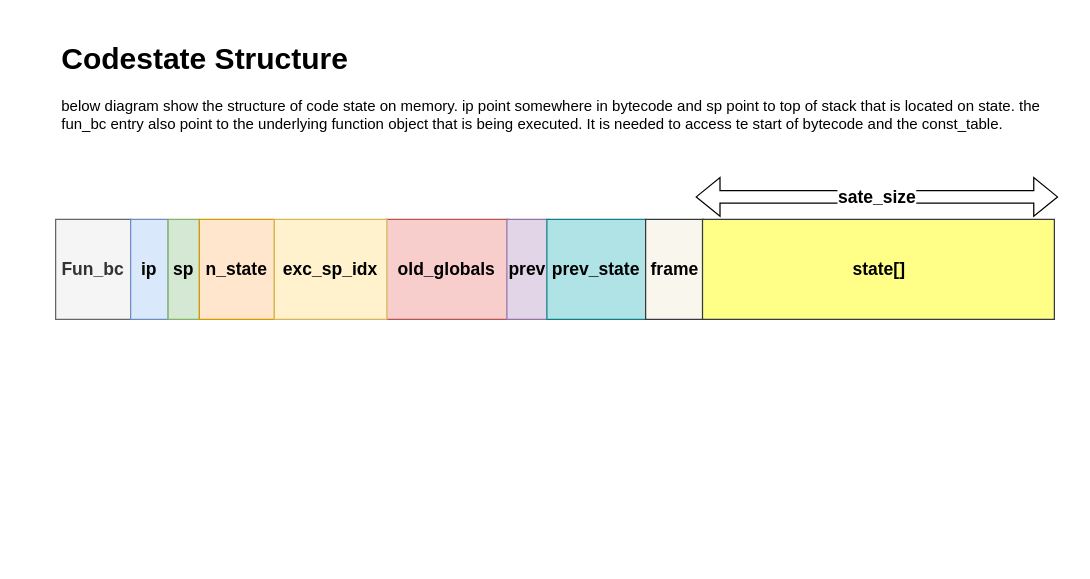
Above: uPyIWM/diagrams/code_state_structure_layout.drawio in over-infinity/-Tutorials (draw.io), before the change. Source tidied: cells renumbered, new cells numbered last; positions are measured from the earlier drawing's top-left corner, leaving out a move shared by most shapes. Both pictures are drawn from the tidied source at 125%, with x=0, y=0 at pixel (55, 34).
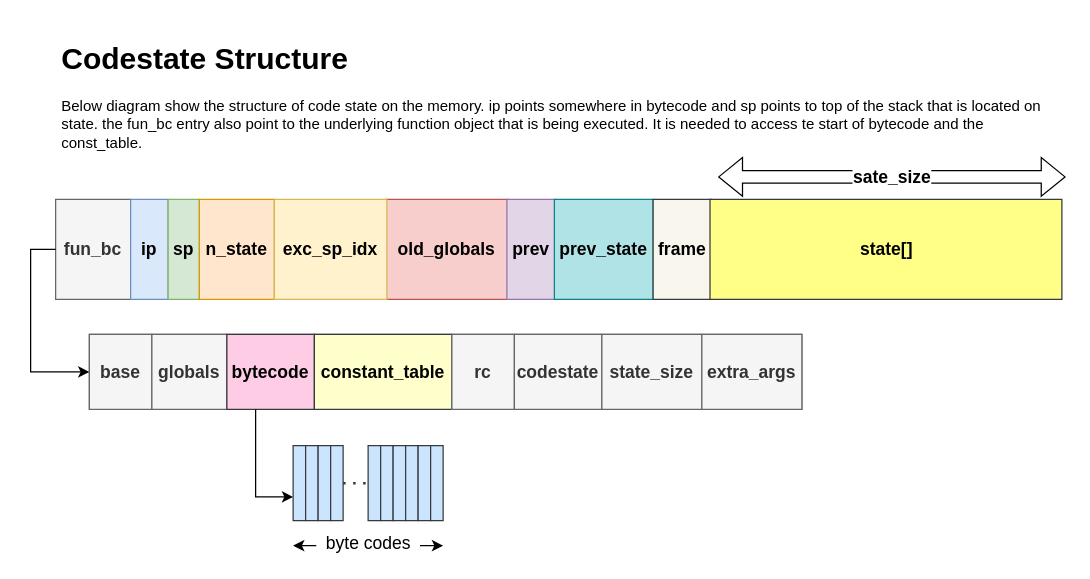
After the change.

Change to the diagram source:
```diff
@@
+    <mxCell id="13" value="&lt;h1&gt;Codestate Structure&lt;br&gt;&lt;/h1&gt;Below diagram show the structure of code state on the memory. ip points somewhere in bytecode and sp points to top of the stack that is located on state. the fun_bc entry also point to the underlying function object that is being executed. It is needed to access te start of bytecode and the const_table." style="text;html=1;strokeColor=none;fillColor=none;spacing=5;spacingTop=-20;whiteSpace=wrap;overflow=hidden;rounded=0;" parent="1" vertex="1">
+      <mxGeometry width="810" height="100" as="geometry" />
+    </mxCell>
+    <mxCell id="14" style="group;" parent="1" vertex="1">
+      <mxGeometry y="114" width="808" height="98" as="geometry" />
+    </mxCell>
-    <mxCell id="2" value="Fun_bc" style="rounded=0;whiteSpace=wrap;html=1;fontStyle=1;horizontal=1;verticalAlign=middle;fontSize=14;fillColor=#f5f5f5;fontColor=#333333;strokeColor=#666666;" parent="1" vertex="1">
-      <mxGeometry y="148" width="60" height="80" as="geometry" />
+    <mxCell id="2" value="fun_bc" style="rounded=0;whiteSpace=wrap;html=1;fontStyle=1;horizontal=1;verticalAlign=middle;fontSize=14;fillColor=#f5f5f5;fontColor=#333333;strokeColor=#666666;" parent="14" vertex="1">
+      <mxGeometry y="18" width="60" height="80" as="geometry" />
     </mxCell>
-    <mxCell id="3" value="ip" style="rounded=0;whiteSpace=wrap;html=1;fontStyle=1;horizontal=1;fontSize=14;fillColor=#dae8fc;strokeColor=#6c8ebf;" parent="1" vertex="1">
-      <mxGeometry x="60" y="148" width="30" height="80" as="geometry" />
+    <mxCell id="3" value="ip" style="rounded=0;whiteSpace=wrap;html=1;fontStyle=1;horizontal=1;fontSize=14;fillColor=#dae8fc;strokeColor=#6c8ebf;" parent="14" vertex="1">
+      <mxGeometry x="60" y="18" width="30" height="80" as="geometry" />
     </mxCell>
-    <mxCell id="4" value="sp" style="rounded=0;whiteSpace=wrap;html=1;fontStyle=1;horizontal=1;fontSize=14;fillColor=#d5e8d4;strokeColor=#82b366;" parent="1" vertex="1">
-      <mxGeometry x="90" y="148" width="25" height="80" as="geometry" />
+    <mxCell id="4" value="sp" style="rounded=0;whiteSpace=wrap;html=1;fontStyle=1;horizontal=1;fontSize=14;fillColor=#d5e8d4;strokeColor=#82b366;" parent="14" vertex="1">
+      <mxGeometry x="90" y="18" width="25" height="80" as="geometry" />
     </mxCell>
-    <mxCell id="5" value="n_state" style="rounded=0;whiteSpace=wrap;html=1;fontStyle=1;horizontal=1;fontSize=14;fillColor=#ffe6cc;strokeColor=#d79b00;" parent="1" vertex="1">
-      <mxGeometry x="115" y="148" width="60" height="80" as="geometry" />
+    <mxCell id="5" value="n_state" style="rounded=0;whiteSpace=wrap;html=1;fontStyle=1;horizontal=1;fontSize=14;fillColor=#ffe6cc;strokeColor=#d79b00;" parent="14" vertex="1">
+      <mxGeometry x="115" y="18" width="60" height="80" as="geometry" />
     </mxCell>
-    <mxCell id="6" value="&lt;div style=&quot;font-size: 14px;&quot;&gt;old_globals&lt;/div&gt;" style="rounded=0;whiteSpace=wrap;html=1;fontStyle=1;horizontal=1;fontSize=14;fillColor=#f8cecc;strokeColor=#b85450;" parent="1" vertex="1">
-      <mxGeometry x="264" y="148" width="98" height="80" as="geometry" />
+    <mxCell id="6" value="&lt;div style=&quot;font-size: 14px;&quot;&gt;old_globals&lt;/div&gt;" style="rounded=0;whiteSpace=wrap;html=1;fontStyle=1;horizontal=1;fontSize=14;fillColor=#f8cecc;strokeColor=#b85450;" parent="14" vertex="1">
+      <mxGeometry x="264" y="18" width="98" height="80" as="geometry" />
     </mxCell>
-    <mxCell id="7" value="exc_sp_idx" style="rounded=0;whiteSpace=wrap;html=1;fontStyle=1;horizontal=1;fontSize=14;fillColor=#fff2cc;strokeColor=#d6b656;" parent="1" vertex="1">
-      <mxGeometry x="175" y="148" width="90" height="80" as="geometry" />
+    <mxCell id="7" value="exc_sp_idx" style="rounded=0;whiteSpace=wrap;html=1;fontStyle=1;horizontal=1;fontSize=14;fillColor=#fff2cc;strokeColor=#d6b656;" parent="14" vertex="1">
+      <mxGeometry x="175" y="18" width="90" height="80" as="geometry" />
     </mxCell>
-    <mxCell id="8" value="prev" style="rounded=0;whiteSpace=wrap;html=1;fontStyle=1;horizontal=1;fontSize=14;fillColor=#e1d5e7;strokeColor=#9673a6;" parent="1" vertex="1">
-      <mxGeometry x="361" y="148" width="33" height="80" as="geometry" />
+    <mxCell id="8" value="prev" style="rounded=0;whiteSpace=wrap;html=1;fontStyle=1;horizontal=1;fontSize=14;fillColor=#e1d5e7;strokeColor=#9673a6;" parent="14" vertex="1">
+      <mxGeometry x="361" y="18" width="39" height="80" as="geometry" />
     </mxCell>
-    <mxCell id="9" value="&lt;div style=&quot;font-size: 14px;&quot;&gt;prev_state&lt;/div&gt;" style="rounded=0;whiteSpace=wrap;html=1;fontStyle=1;horizontal=1;fontSize=14;fillColor=#b0e3e6;strokeColor=#0e8088;" parent="1" vertex="1">
-      <mxGeometry x="393" y="148" width="79" height="80" as="geometry" />
+    <mxCell id="9" value="&lt;div style=&quot;font-size: 14px;&quot;&gt;prev_state&lt;/div&gt;" style="rounded=0;whiteSpace=wrap;html=1;fontStyle=1;horizontal=1;fontSize=14;fillColor=#b0e3e6;strokeColor=#0e8088;" parent="14" vertex="1">
+      <mxGeometry x="399" y="18" width="79" height="80" as="geometry" />
     </mxCell>
-    <mxCell id="10" value="frame" style="rounded=0;whiteSpace=wrap;html=1;fontStyle=1;horizontal=1;fontSize=14;fillColor=#f9f7ed;strokeColor=#36393d;" parent="1" vertex="1">
-      <mxGeometry x="472" y="148" width="46.5" height="80" as="geometry" />
+    <mxCell id="10" value="frame" style="rounded=0;whiteSpace=wrap;html=1;fontStyle=1;horizontal=1;fontSize=14;fillColor=#f9f7ed;strokeColor=#36393d;" parent="14" vertex="1">
+      <mxGeometry x="478" y="18" width="46.5" height="80" as="geometry" />
     </mxCell>
-    <mxCell id="11" value="state[]" style="rounded=0;whiteSpace=wrap;html=1;fontStyle=1;horizontal=1;fontSize=14;fillColor=#ffff88;strokeColor=#36393d;" parent="1" vertex="1">
-      <mxGeometry x="517.5" y="148" width="281.5" height="80" as="geometry" />
+    <mxCell id="11" value="state[]" style="rounded=0;whiteSpace=wrap;html=1;fontStyle=1;horizontal=1;fontSize=14;fillColor=#ffff88;strokeColor=#36393d;" parent="14" vertex="1">
+      <mxGeometry x="523.5" y="18" width="281.5" height="80" as="geometry" />
     </mxCell>
-    <mxCell id="12" value="sate_size" style="shape=flexArrow;endArrow=classic;startArrow=classic;html=1;rounded=0;fontSize=14;fillColor=default;fontStyle=1;" parent="1" edge="1">
+    <mxCell id="12" value="sate_size" style="shape=flexArrow;endArrow=classic;startArrow=classic;html=1;rounded=0;fontSize=14;fillColor=default;fontStyle=1;" parent="14" edge="1">
       <mxGeometry relative="1" as="geometry">
-        <mxPoint x="512" y="130" as="sourcePoint" />
-        <mxPoint x="802" y="130" as="targetPoint" />
+        <mxPoint x="530" as="sourcePoint" />
+        <mxPoint x="808" as="targetPoint" />
       </mxGeometry>
     </mxCell>
-    <mxCell id="13" value="&lt;h1&gt;Codestate Structure&lt;br&gt;&lt;/h1&gt;below diagram show the structure of code state on memory. ip point somewhere in bytecode and sp point to top of stack that is located on state. the fun_bc entry also point to the underlying function object that is being executed. It is needed to access te start of bytecode and the const_table." style="text;html=1;strokeColor=none;fillColor=none;spacing=5;spacingTop=-20;whiteSpace=wrap;overflow=hidden;rounded=0;" parent="1" vertex="1">
-      <mxGeometry width="810" height="87" as="geometry" />
-    </mxCell>
+    <mxCell id="15" style="group;fillColor=default;fontStyle=1;" parent="1" vertex="1">
+      <mxGeometry x="27" y="240" width="570" height="80" as="geometry" />
+    </mxCell>
+    <mxCell id="16" style="group;fillColor=#f5f5f5;fontColor=#333333;strokeColor=#666666;fontStyle=1;fontSize=14;" parent="15" vertex="1">
+      <mxGeometry width="570" height="60" as="geometry" />
+    </mxCell>
+    <mxCell id="17" value="base" style="rounded=0;whiteSpace=wrap;html=1;fontSize=14;fontStyle=1;fillColor=#f5f5f5;strokeColor=#666666;fontColor=#333333;" parent="16" vertex="1">
+      <mxGeometry width="50" height="60" as="geometry" />
+    </mxCell>
+    <mxCell id="18" value="globals" style="rounded=0;whiteSpace=wrap;html=1;fontSize=14;fontStyle=1;fillColor=#f5f5f5;fontColor=#333333;strokeColor=#666666;" parent="16" vertex="1">
+      <mxGeometry x="50" width="60" height="60" as="geometry" />
+    </mxCell>
+    <mxCell id="19" value="bytecode" style="rounded=0;whiteSpace=wrap;html=1;fontSize=14;fontStyle=1;fillColor=#FFCCE6;strokeColor=#36393d;" parent="16" vertex="1">
+      <mxGeometry x="110" width="70" height="60" as="geometry" />
+    </mxCell>
+    <mxCell id="20" value="constant_table" style="rounded=0;whiteSpace=wrap;html=1;fontSize=14;fontStyle=1;fillColor=#FFFFCC;strokeColor=#36393d;" parent="16" vertex="1">
+      <mxGeometry x="180" width="110" height="60" as="geometry" />
+    </mxCell>
+    <mxCell id="21" value="rc" style="rounded=0;whiteSpace=wrap;html=1;fontSize=14;fontStyle=1;fillColor=#f5f5f5;fontColor=#333333;strokeColor=#666666;" parent="16" vertex="1">
+      <mxGeometry x="290" width="50" height="60" as="geometry" />
+    </mxCell>
+    <mxCell id="22" value="codestate" style="rounded=0;whiteSpace=wrap;html=1;fontSize=14;fontStyle=1;fillColor=#f5f5f5;fontColor=#333333;strokeColor=#666666;" parent="16" vertex="1">
+      <mxGeometry x="340" width="70" height="60" as="geometry" />
+    </mxCell>
+    <mxCell id="23" value="state_size" style="rounded=0;whiteSpace=wrap;html=1;fontSize=14;fontStyle=1;fillColor=#f5f5f5;fontColor=#333333;strokeColor=#666666;" parent="16" vertex="1">
+      <mxGeometry x="410" width="80" height="60" as="geometry" />
+    </mxCell>
+    <mxCell id="24" value="extra_args" style="rounded=0;whiteSpace=wrap;html=1;fontSize=14;fontStyle=1;fillColor=#f5f5f5;fontColor=#333333;strokeColor=#666666;" parent="16" vertex="1">
+      <mxGeometry x="490" width="80" height="60" as="geometry" />
+    </mxCell>
+    <mxCell id="25" style="edgeStyle=orthogonalEdgeStyle;rounded=0;jettySize=auto;html=1;fontSize=14;entryX=0;entryY=0.5;entryDx=0;entryDy=0;" parent="1" edge="1" source="2" target="17">
+      <mxGeometry relative="1" as="geometry">
+        <Array as="points">
+          <mxPoint x="-20" y="172" />
+          <mxPoint x="-20" y="270" />
+        </Array>
+      </mxGeometry>
+    </mxCell>
+    <mxCell id="26" style="edgeStyle=orthogonalEdgeStyle;rounded=0;jettySize=auto;html=1;fontSize=14;" parent="1" edge="1" source="19" target="28">
+      <mxGeometry relative="1" as="geometry">
+        <Array as="points">
+          <mxPoint x="160" y="370" />
+        </Array>
+      </mxGeometry>
+    </mxCell>
+    <mxCell id="27" style="group;" parent="1" vertex="1">
+      <mxGeometry x="190" y="329" width="120" height="80" as="geometry" />
+    </mxCell>
+    <mxCell id="28" style="whiteSpace=wrap;html=1;fontSize=14;fillColor=#cce5ff;strokeColor=#36393d;rounded=0;fontStyle=1;" parent="27" vertex="1">
+      <mxGeometry width="10" height="60" as="geometry" />
+    </mxCell>
+    <mxCell id="29" style="whiteSpace=wrap;html=1;fontSize=14;fillColor=#cce5ff;strokeColor=#36393d;rounded=0;fontStyle=1;" parent="27" vertex="1">
+      <mxGeometry x="10" width="10" height="60" as="geometry" />
+    </mxCell>
+    <mxCell id="30" style="whiteSpace=wrap;html=1;fontSize=14;fillColor=#cce5ff;strokeColor=#36393d;rounded=0;fontStyle=1;" parent="27" vertex="1">
+      <mxGeometry x="20" width="10" height="60" as="geometry" />
+    </mxCell>
+    <mxCell id="31" style="whiteSpace=wrap;html=1;fontSize=14;fillColor=#cce5ff;strokeColor=#36393d;rounded=0;fontStyle=1;" parent="27" vertex="1">
+      <mxGeometry x="30" width="10" height="60" as="geometry" />
+    </mxCell>
+    <mxCell id="32" style="whiteSpace=wrap;html=1;fontSize=14;fillColor=#cce5ff;strokeColor=#36393d;rounded=0;fontStyle=1;" parent="27" vertex="1">
+      <mxGeometry x="60" width="10" height="60" as="geometry" />
+    </mxCell>
+    <mxCell id="33" style="whiteSpace=wrap;html=1;fontSize=14;fillColor=#cce5ff;strokeColor=#36393d;rounded=0;fontStyle=1;" parent="27" vertex="1">
+      <mxGeometry x="70" width="10" height="60" as="geometry" />
+    </mxCell>
+    <mxCell id="34" style="whiteSpace=wrap;html=1;fontSize=14;fillColor=#cce5ff;strokeColor=#36393d;rounded=0;fontStyle=1;" parent="27" vertex="1">
+      <mxGeometry x="80" width="10" height="60" as="geometry" />
+    </mxCell>
+    <mxCell id="35" style="whiteSpace=wrap;html=1;fontSize=14;fillColor=#cce5ff;strokeColor=#36393d;rounded=0;fontStyle=1;" parent="27" vertex="1">
+      <mxGeometry x="90" width="10" height="60" as="geometry" />
+    </mxCell>
+    <mxCell id="36" style="whiteSpace=wrap;html=1;fontSize=14;fillColor=#cce5ff;strokeColor=#36393d;rounded=0;fontStyle=1;" parent="27" vertex="1">
+      <mxGeometry x="100" width="10" height="60" as="geometry" />
+    </mxCell>
+    <mxCell id="37" style="whiteSpace=wrap;html=1;fontSize=14;fillColor=#cce5ff;strokeColor=#36393d;rounded=0;fontStyle=1;" parent="27" vertex="1">
+      <mxGeometry x="110" width="10" height="60" as="geometry" />
+    </mxCell>
+    <mxCell id="38" style="endArrow=none;dashed=1;html=1;dashPattern=1 3;strokeWidth=2;rounded=0;fontSize=14;exitX=1;exitY=0.5;exitDx=0;exitDy=0;entryX=0;entryY=0.5;entryDx=0;entryDy=0;fillColor=#cce5ff;strokeColor=#36393d;" parent="27" edge="1" source="31" target="32">
+      <mxGeometry relative="1" as="geometry" />
+    </mxCell>
+    <mxCell id="39" style="endArrow=classic;startArrow=classic;html=1;rounded=0;fontSize=14;" parent="27" edge="1">
+      <mxGeometry relative="1" as="geometry">
+        <mxPoint y="80" as="sourcePoint" />
+        <mxPoint x="120" y="80" as="targetPoint" />
+      </mxGeometry>
+    </mxCell>
+    <mxCell id="40" value="&amp;nbsp; byte codes&amp;nbsp;&amp;nbsp; " style="edgeLabel;html=1;align=center;verticalAlign=middle;fontSize=14;" parent="39" vertex="1">
+      <mxGeometry x="-0.25" y="-1" relative="1" as="geometry">
+        <mxPoint x="14" y="-4" as="offset" />
+      </mxGeometry>
+    </mxCell>
```
